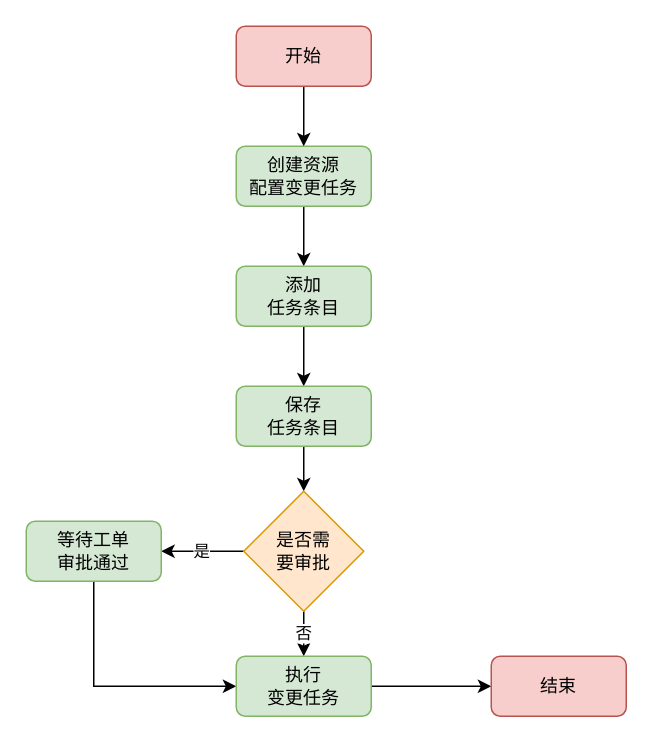
Above: goodme/k8s资源配置管理.drawio in Makecodeeasy/diagrams (draw.io), before the change. Source tidied: cells renumbered, new cells numbered last; positions are measured from the earlier drawing's top-left corner, leaving out a move shared by most shapes. Both pictures are drawn from the tidied source at 150%, with x=0, y=0 at pixel (26, 26).
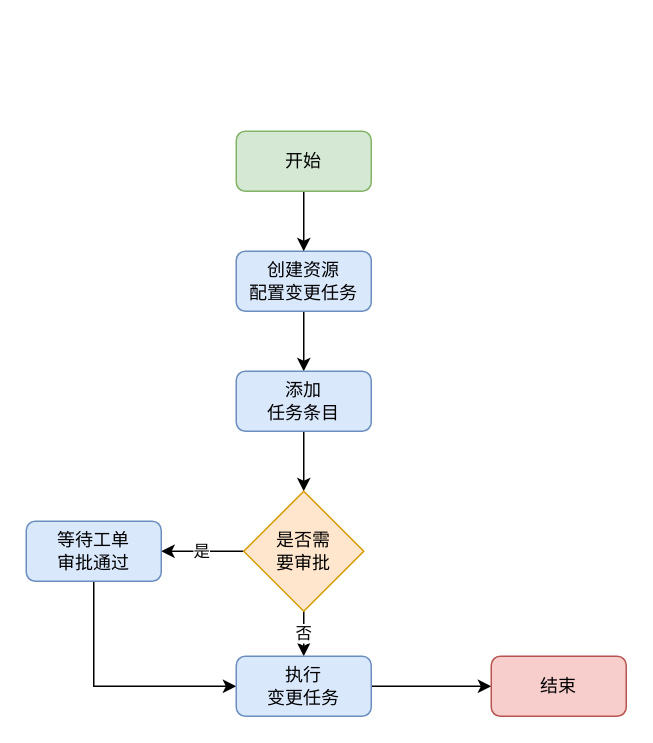
After the change.

Commit message (it also covers changes not shown here):
更新k8s资源配置管理.drawio

Diff of the diagram source:
```diff
@@
 <mxGraphModel>
   <root>
     <mxCell id="0" />
     <mxCell id="1" parent="0" />
     <mxCell id="2" style="edgeStyle=orthogonalEdgeStyle;rounded=0;jettySize=auto;html=1;entryX=0.5;entryY=0;entryDx=0;entryDy=0;" parent="1" edge="1" source="3" target="5">
       <mxGeometry relative="1" as="geometry" />
     </mxCell>
-    <mxCell id="3" value="创建资源&lt;br&gt;配置变更任务" style="rounded=1;whiteSpace=wrap;html=1;fillColor=#d5e8d4;strokeColor=#82b366;" parent="1" vertex="1">
-      <mxGeometry x="140" y="80" width="90" height="40" as="geometry" />
+    <mxCell id="3" value="创建资源&lt;br&gt;配置变更任务" style="rounded=1;whiteSpace=wrap;html=1;fillColor=#dae8fc;strokeColor=#6c8ebf;" parent="1" vertex="1">
+      <mxGeometry x="140" y="150" width="90" height="40" as="geometry" />
     </mxCell>
-    <mxCell id="4" style="edgeStyle=orthogonalEdgeStyle;rounded=0;jettySize=auto;html=1;exitX=0.5;exitY=1;exitDx=0;exitDy=0;entryX=0.5;entryY=0;entryDx=0;entryDy=0;" parent="1" edge="1" source="5" target="7">
-      <mxGeometry relative="1" as="geometry" />
+    <mxCell id="4" style="edgeStyle=orthogonalEdgeStyle;rounded=0;jettySize=auto;html=1;exitX=0.5;exitY=1;exitDx=0;exitDy=0;entryX=0.5;entryY=0;entryDx=0;entryDy=0;" parent="1" edge="1" source="5">
+      <mxGeometry relative="1" as="geometry">
+        <mxPoint x="185" y="310" as="targetPoint" />
+      </mxGeometry>
     </mxCell>
-    <mxCell id="5" value="添加&lt;br&gt;任务条目" style="rounded=1;whiteSpace=wrap;html=1;fillColor=#d5e8d4;strokeColor=#82b366;" parent="1" vertex="1">
-      <mxGeometry x="140" y="160" width="90" height="40" as="geometry" />
+    <mxCell id="5" value="添加&lt;br&gt;任务条目" style="rounded=1;whiteSpace=wrap;html=1;fillColor=#dae8fc;strokeColor=#6c8ebf;" parent="1" vertex="1">
+      <mxGeometry x="140" y="230" width="90" height="40" as="geometry" />
     </mxCell>
-    <mxCell id="6" style="edgeStyle=orthogonalEdgeStyle;rounded=0;jettySize=auto;html=1;exitX=0.5;exitY=1;exitDx=0;exitDy=0;" parent="1" edge="1" source="7">
-      <mxGeometry relative="1" as="geometry">
-        <mxPoint x="185" y="310" as="targetPoint" />
-      </mxGeometry>
-    </mxCell>
-    <mxCell id="7" value="保存&lt;br&gt;任务条目" style="rounded=1;whiteSpace=wrap;html=1;fillColor=#d5e8d4;strokeColor=#82b366;" parent="1" vertex="1">
-      <mxGeometry x="140" y="240" width="90" height="40" as="geometry" />
-    </mxCell>
     <mxCell id="8" value="是" style="edgeStyle=orthogonalEdgeStyle;rounded=0;jettySize=auto;html=1;exitX=0;exitY=0.5;exitDx=0;exitDy=0;entryX=1;entryY=0.5;entryDx=0;entryDy=0;" parent="1" edge="1" source="10" target="12">
       <mxGeometry relative="1" as="geometry" />
     </mxCell>
     <mxCell id="9" value="否" style="edgeStyle=orthogonalEdgeStyle;rounded=0;jettySize=auto;html=1;exitX=0.5;exitY=1;exitDx=0;exitDy=0;entryX=0.5;entryY=0;entryDx=0;entryDy=0;" parent="1" edge="1" source="10" target="14">
       <mxGeometry relative="1" as="geometry" />
     </mxCell>
     <mxCell id="10" value="是否需&lt;br&gt;要审批" style="rhombus;whiteSpace=wrap;html=1;fillColor=#ffe6cc;strokeColor=#d79b00;" parent="1" vertex="1">
       <mxGeometry x="145" y="310" width="80" height="80" as="geometry" />
     </mxCell>
     <mxCell id="11" style="edgeStyle=orthogonalEdgeStyle;rounded=0;jettySize=auto;html=1;exitX=0.5;exitY=1;exitDx=0;exitDy=0;entryX=0;entryY=0.5;entryDx=0;entryDy=0;" parent="1" edge="1" source="12" target="14">
       <mxGeometry relative="1" as="geometry" />
     </mxCell>
-    <mxCell id="12" value="等待工单&lt;br&gt;审批通过" style="rounded=1;whiteSpace=wrap;html=1;fillColor=#d5e8d4;strokeColor=#82b366;" parent="1" vertex="1">
+    <mxCell id="12" value="等待工单&lt;br&gt;审批通过" style="rounded=1;whiteSpace=wrap;html=1;fillColor=#dae8fc;strokeColor=#6c8ebf;" parent="1" vertex="1">
       <mxGeometry y="330" width="90" height="40" as="geometry" />
     </mxCell>
     <mxCell id="13" style="edgeStyle=orthogonalEdgeStyle;rounded=0;jettySize=auto;html=1;exitX=1;exitY=0.5;exitDx=0;exitDy=0;entryX=0;entryY=0.5;entryDx=0;entryDy=0;" parent="1" edge="1" source="14" target="15">
       <mxGeometry relative="1" as="geometry" />
     </mxCell>
-    <mxCell id="14" value="执行&lt;br&gt;变更任务" style="rounded=1;whiteSpace=wrap;html=1;fillColor=#d5e8d4;strokeColor=#82b366;" parent="1" vertex="1">
+    <mxCell id="14" value="执行&lt;br&gt;变更任务" style="rounded=1;whiteSpace=wrap;html=1;fillColor=#dae8fc;strokeColor=#6c8ebf;" parent="1" vertex="1">
       <mxGeometry x="140" y="420" width="90" height="40" as="geometry" />
     </mxCell>
     <mxCell id="15" value="结束" style="rounded=1;whiteSpace=wrap;html=1;fillColor=#f8cecc;strokeColor=#b85450;" parent="1" vertex="1">
       <mxGeometry x="310" y="420" width="90" height="40" as="geometry" />
     </mxCell>
     <mxCell id="16" style="edgeStyle=orthogonalEdgeStyle;rounded=0;jettySize=auto;html=1;exitX=0.5;exitY=1;exitDx=0;exitDy=0;entryX=0.5;entryY=0;entryDx=0;entryDy=0;" parent="1" edge="1" source="17" target="3">
       <mxGeometry relative="1" as="geometry" />
     </mxCell>
-    <mxCell id="17" value="开始" style="rounded=1;whiteSpace=wrap;html=1;fillColor=#f8cecc;strokeColor=#b85450;" parent="1" vertex="1">
-      <mxGeometry x="140" width="90" height="40" as="geometry" />
+    <mxCell id="17" value="开始" style="rounded=1;whiteSpace=wrap;html=1;fillColor=#d5e8d4;strokeColor=#82b366;" parent="1" vertex="1">
+      <mxGeometry x="140" y="70" width="90" height="40" as="geometry" />
     </mxCell>
   </root>
 </mxGraphModel>
```
